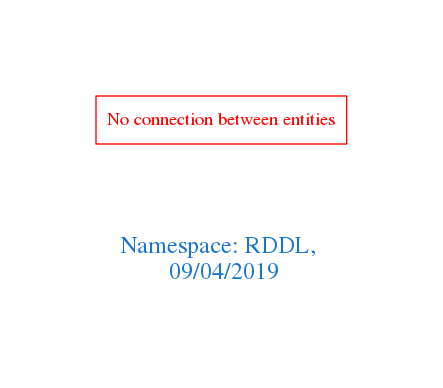
Earlier version of the Graphviz export downloads/RDDL.png (arago/OGIT). Its source is kept beside it as downloads/RDDL.dot.
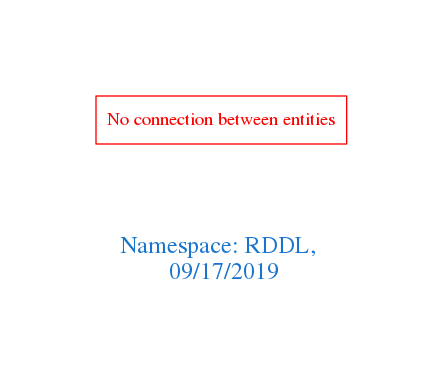
The same diagram one commit later.

The edit, as a diff of the source:
```diff
@@ -1,7 +1,7 @@
 digraph OGIT_ontology {
  graph [ rankdir= LR,pad=1
 fontsize = 18,
-fontcolor= dodgerblue3,label = "\n\n\nNamespace: RDDL, \n 09/04/2019"];
+fontcolor= dodgerblue3,label = "\n\n\nNamespace: RDDL, \n 09/17/2019"];
 node[shape=polygon];
 edge [  color="gray81"];
 
```
